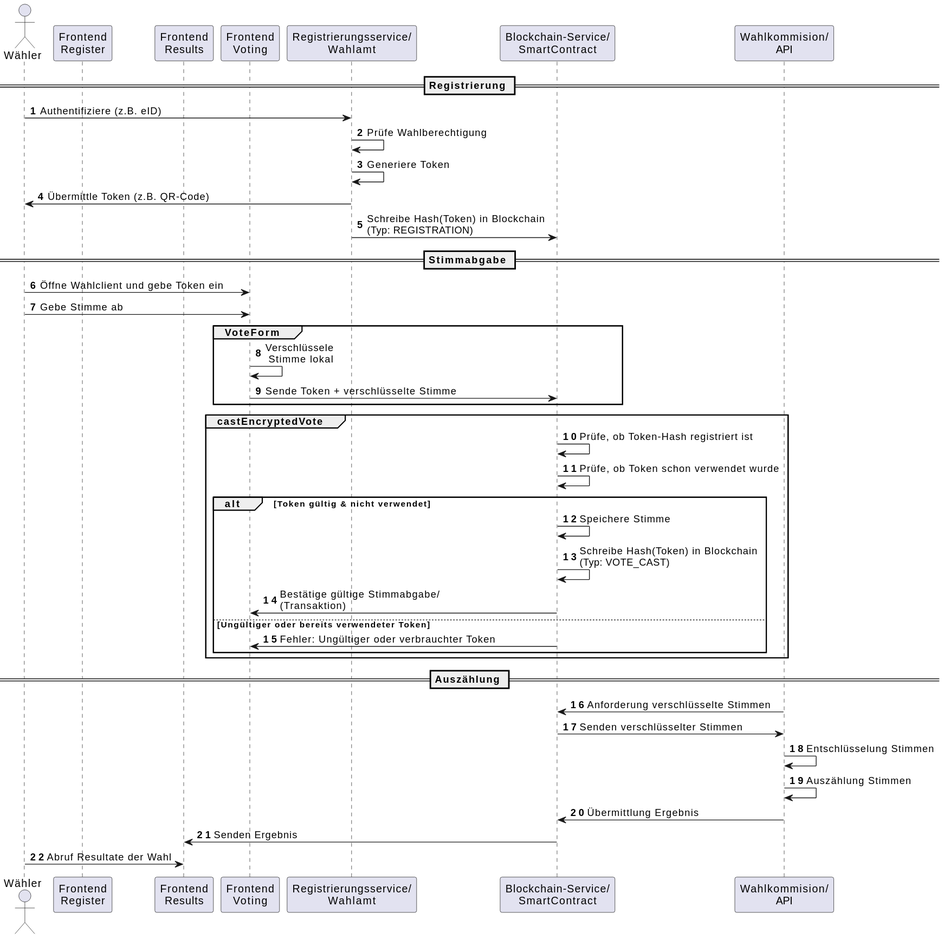
Before: images/Wahlsequenzdiagramm.svg, a diagram exported from PlantUML (luzi41/BlockchainVotingSystem). Source of this version:
```plantuml
@startuml
autonumber
actor Wähler
participant "Frontend\nRegister" as FEA
participant "Frontend\nResults" as FER
participant "Frontend\nVoting" as FEV
participant "Registrierungsservice/\nWahlamt" as RS
participant "Blockchain-Service/\nSmartContract" as BC
participant "Wahlkommision/\nAPI" as VoteAPI

== Registrierung ==

Wähler -> RS : Authentifiziere (z.B. eID)
RS -> RS : Prüfe Wahlberechtigung
RS -> RS : Generiere Token
RS -> Wähler : Übermittle Token (z.B. QR-Code)
RS -> BC : Schreibe Hash(Token) in Blockchain\n(Typ: REGISTRATION)

== Stimmabgabe ==

Wähler -> FEV : Öffne Wahlclient und gebe Token ein
Wähler -> FEV : Gebe Stimme ab

group VoteForm
FEV -> FEV : Verschlüssele\n Stimme lokal
FEV -> BC : Sende Token + verschlüsselte Stimme
end

group castEncryptedVote
BC -> BC : Prüfe, ob Token-Hash registriert ist
BC -> BC : Prüfe, ob Token schon verwendet wurde
alt Token gültig & nicht verwendet
    BC -> BC : Speichere Stimme
    BC -> BC : Schreibe Hash(Token) in Blockchain\n(Typ: VOTE_CAST)
    BC -> FEV : Bestätige gültige Stimmabgabe/\n(Transaktion)
else Ungültiger oder bereits verwendeter Token
    BC -> FEV : Fehler: Ungültiger oder verbrauchter Token
end
end

== Auszählung ==

VoteAPI -> BC : Anforderung verschlüsselte Stimmen
BC -> VoteAPI : Senden verschlüsselter Stimmen
VoteAPI -> VoteAPI : Entschlüsselung Stimmen
VoteAPI -> VoteAPI : Auszählung Stimmen
VoteAPI -> BC: Übermittlung Ergebnis
BC -> FER : Senden Ergebnis
Wähler -> FER: Abruf Resultate der Wahl
@enduml
```
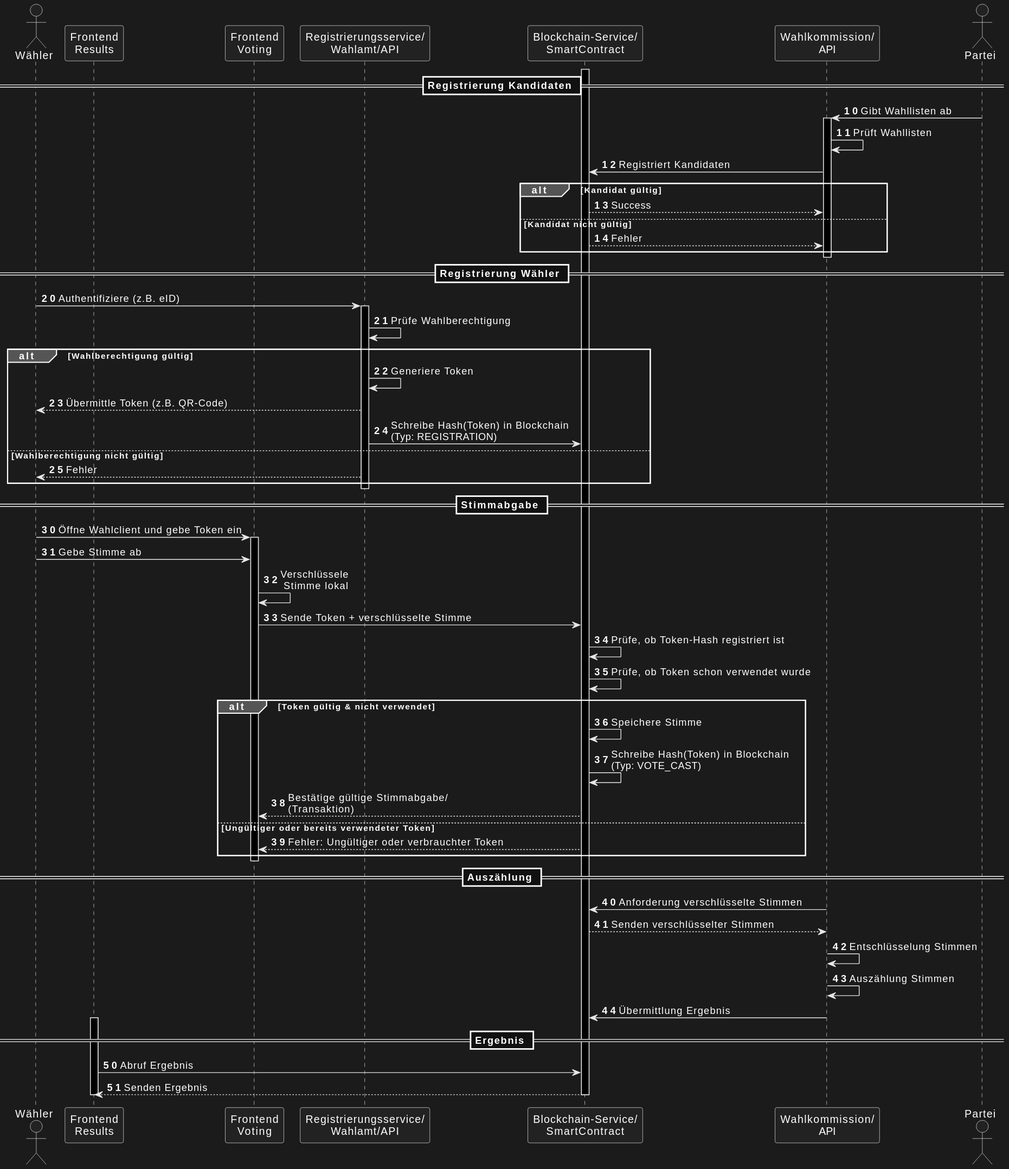
Above is the later version.

The edit, as a diff of the source:
```diff
@@ -1,50 +1,75 @@
 @startuml
 autonumber
 actor Wähler
-participant "Frontend\nRegister" as FEA
 participant "Frontend\nResults" as FER
 participant "Frontend\nVoting" as FEV
-participant "Registrierungsservice/\nWahlamt" as RS
+participant "Registrierungsservice/\nWahlamt/API" as RS
 participant "Blockchain-Service/\nSmartContract" as BC
-participant "Wahlkommision/\nAPI" as VoteAPI
+participant "Wahlkommission/\nAPI" as API
+actor Partei
 
-== Registrierung ==
+activate BC
+== Registrierung Kandidaten ==
+autonumber 10
+Partei -> API: Gibt Wahllisten ab
+activate API
+  API -> API: Prüft Wahllisten
+  API -> BC: Registriert Kandidaten
+  alt Kandidat gültig
+    BC --> API: Success
+  else Kandidat nicht gültig
+    BC --> API: Fehler
+  end
+deactivate API
 
-Wähler -> RS : Authentifiziere (z.B. eID)
-RS -> RS : Prüfe Wahlberechtigung
-RS -> RS : Generiere Token
-RS -> Wähler : Übermittle Token (z.B. QR-Code)
-RS -> BC : Schreibe Hash(Token) in Blockchain\n(Typ: REGISTRATION)
-
+== Registrierung Wähler ==
+autonumber 20
+  Wähler -> RS : Authentifiziere (z.B. eID)
+  activate RS
+    RS -> RS : Prüfe Wahlberechtigung
+    alt Wahlberechtigung gültig
+      RS -> RS : Generiere Token
+      RS --> Wähler : Übermittle Token (z.B. QR-Code)
+      RS -> BC : Schreibe Hash(Token) in Blockchain\n(Typ: REGISTRATION)
+    else Wahlberechtigung nicht gültig
+      RS --> Wähler: Fehler
+    end
+  deactivate RS
 == Stimmabgabe ==
-
+autonumber 30
 Wähler -> FEV : Öffne Wahlclient und gebe Token ein
-Wähler -> FEV : Gebe Stimme ab
-
-group VoteForm
-FEV -> FEV : Verschlüssele\n Stimme lokal
-FEV -> BC : Sende Token + verschlüsselte Stimme
-end
-
-group castEncryptedVote
-BC -> BC : Prüfe, ob Token-Hash registriert ist
-BC -> BC : Prüfe, ob Token schon verwendet wurde
-alt Token gültig & nicht verwendet
+activate FEV
+  Wähler -> FEV : Gebe Stimme ab
+  FEV -> FEV : Verschlüssele\n Stimme lokal
+  FEV -> BC : Sende Token + verschlüsselte Stimme
+  BC -> BC : Prüfe, ob Token-Hash registriert ist
+  BC -> BC : Prüfe, ob Token schon verwendet wurde
+  alt Token gültig & nicht verwendet
     BC -> BC : Speichere Stimme
     BC -> BC : Schreibe Hash(Token) in Blockchain\n(Typ: VOTE_CAST)
-    BC -> FEV : Bestätige gültige Stimmabgabe/\n(Transaktion)
-else Ungültiger oder bereits verwendeter Token
-    BC -> FEV : Fehler: Ungültiger oder verbrauchter Token
-end
-end
+    BC --> FEV : Bestätige gültige Stimmabgabe/\n(Transaktion)
+  else Ungültiger oder bereits verwendeter Token
+    BC --> FEV : Fehler: Ungültiger oder verbrauchter Token
+  end
+deactivate FEV
 
 == Auszählung ==
 
-VoteAPI -> BC : Anforderung verschlüsselte Stimmen
-BC -> VoteAPI : Senden verschlüsselter Stimmen
-VoteAPI -> VoteAPI : Entschlüsselung Stimmen
-VoteAPI -> VoteAPI : Auszählung Stimmen
-VoteAPI -> BC: Übermittlung Ergebnis
-BC -> FER : Senden Ergebnis
-Wähler -> FER: Abruf Resultate der Wahl
+autonumber 40
+
+activate API
+  API -> BC: Anforderung verschlüsselte Stimmen
+  BC --> API: Senden verschlüsselter Stimmen
+  API -> API: Entschlüsselung Stimmen
+  API -> API: Auszählung Stimmen
+  API -> BC: Übermittlung Ergebnis
+deactivate API
+
+== Ergebnis ==
+autonumber 50
+activate FER
+  FER -> BC: Abruf Ergebnis
+  BC --> FER: Senden Ergebnis
+deactivate FER
+deactivate BC
 @enduml
```
